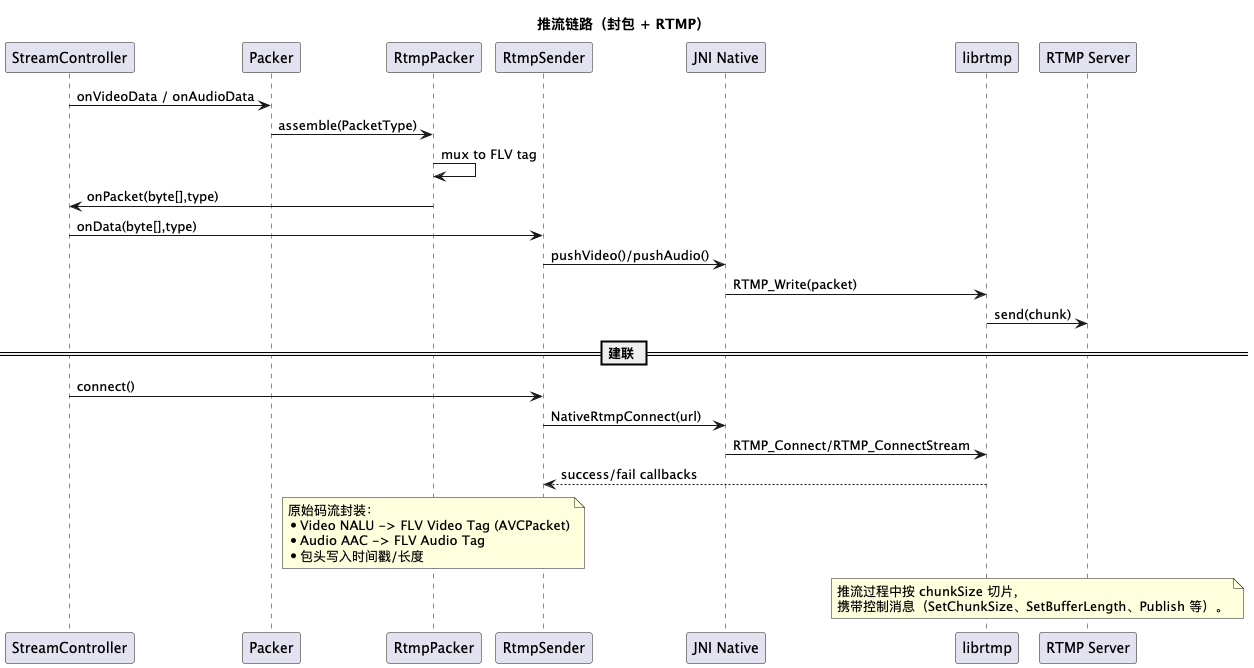
Above: docs/generated/video_streaming.png in sunlulu427/MixedStream (PlantUML), before the change. Source of this version:
```plantuml
@startuml
title 推流链路（封包 + RTMP）

participant StreamController
participant Packer
participant RtmpPacker
participant RtmpSender
participant "JNI Native" as Native
participant "librtmp" as LibRtmp
participant "RTMP Server" as Server

StreamController -> Packer: onVideoData / onAudioData
Packer -> RtmpPacker: assemble(PacketType)
RtmpPacker -> RtmpPacker: mux to FLV tag
RtmpPacker -> StreamController: onPacket(byte[],type)
StreamController -> RtmpSender: onData(byte[],type)
RtmpSender -> Native: pushVideo()/pushAudio()
Native -> LibRtmp: RTMP_Write(packet)
LibRtmp -> Server: send(chunk)

== 建联 ==
StreamController -> RtmpSender: connect()
RtmpSender -> Native: NativeRtmpConnect(url)
Native -> LibRtmp: RTMP_Connect/RTMP_ConnectStream
LibRtmp --> RtmpSender: success/fail callbacks

note over RtmpPacker
原始码流封装：
* Video NALU -> FLV Video Tag (AVCPacket)
* Audio AAC -> FLV Audio Tag
* 包头写入时间戳/长度
end note

note over LibRtmp,Server
推流过程中按 chunkSize 切片，
携带控制消息（SetChunkSize、SetBufferLength、Publish 等）。
end note

@enduml
```
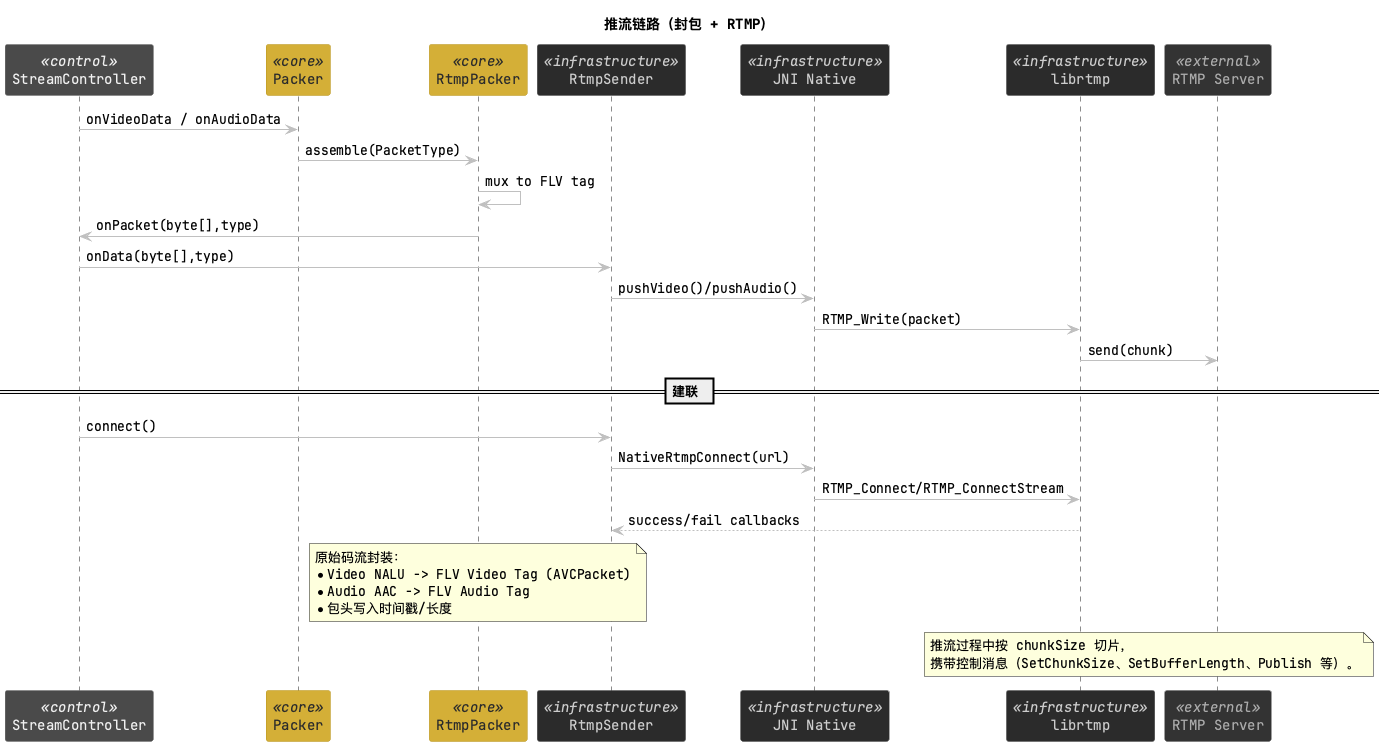
Above is the later version.

Diff of the diagram source:
```diff
@@ -1,13 +1,41 @@
 @startuml
 title 推流链路（封包 + RTMP）
 
-participant StreamController
-participant Packer
-participant RtmpPacker
-participant RtmpSender
-participant "JNI Native" as Native
-participant "librtmp" as LibRtmp
-participant "RTMP Server" as Server
+skinparam participant {
+  BackgroundColor #2b2b2b
+  BorderColor #999999
+  FontColor #f0f0f0
+}
+skinparam participant<<control>> {
+  BackgroundColor #4a4a4a
+  BorderColor #777777
+  FontColor #f0f0f0
+}
+skinparam participant<<core>> {
+  BackgroundColor #D4AF37
+  BorderColor #B8941F
+  FontColor #2b2b2b
+}
+skinparam participant<<infrastructure>> {
+  BackgroundColor #2b2b2b
+  BorderColor #555555
+  FontColor #cccccc
+}
+skinparam participant<<external>> {
+  BackgroundColor #333333
+  BorderColor #666666
+  FontColor #aaaaaa
+}
+skinparam ArrowColor #c0c0c0
+skinparam defaultFontName "JetBrains Mono"
+
+participant StreamController <<control>>
+participant Packer <<core>>
+participant RtmpPacker <<core>>
+participant RtmpSender <<infrastructure>>
+participant "JNI Native" as Native <<infrastructure>>
+participant "librtmp" as LibRtmp <<infrastructure>>
+participant "RTMP Server" as Server <<external>>
 
 StreamController -> Packer: onVideoData / onAudioData
 Packer -> RtmpPacker: assemble(PacketType)
```
